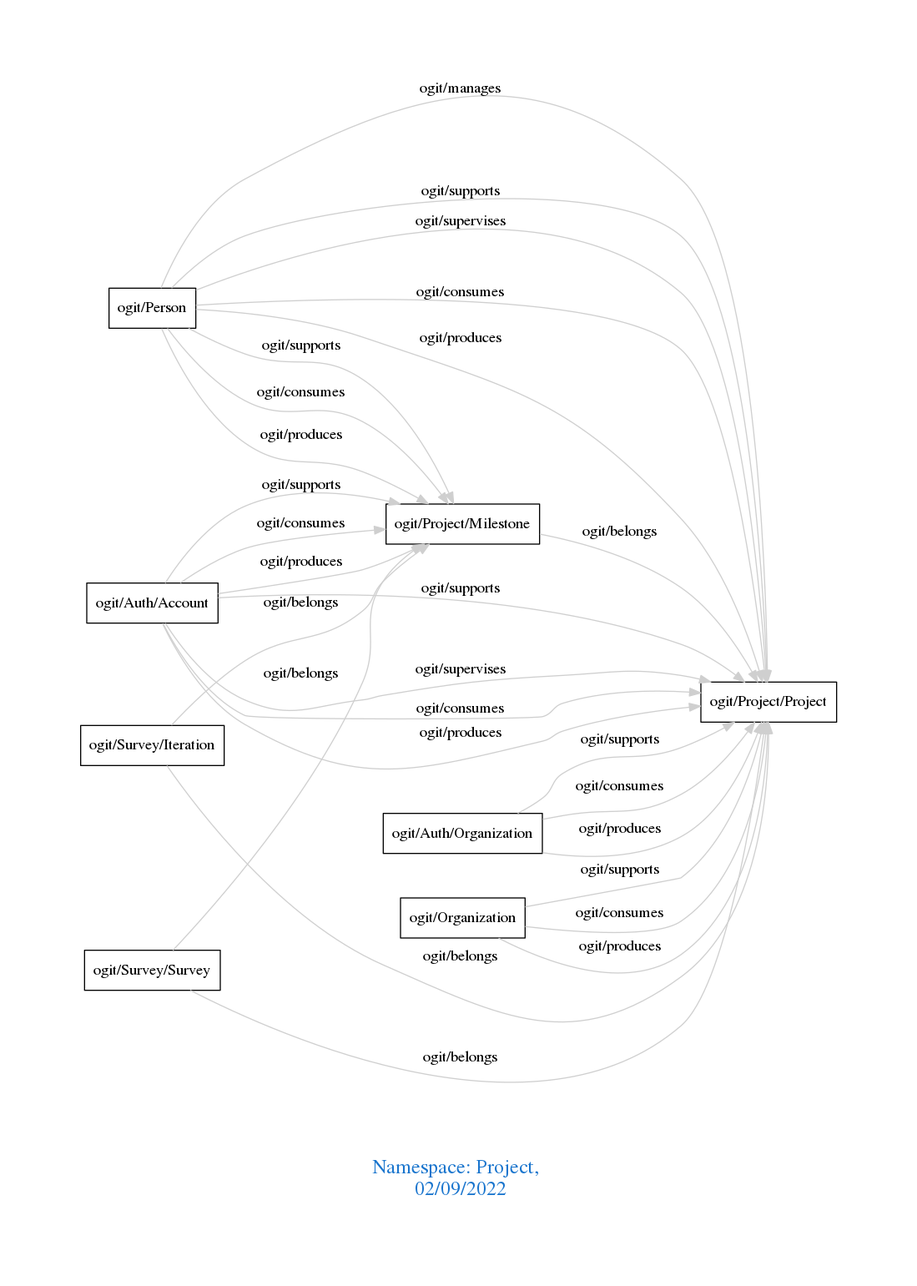
Above: downloads/Project.png in arago/OGIT (Graphviz), before the change. Its source is kept beside it as downloads/Project.dot.
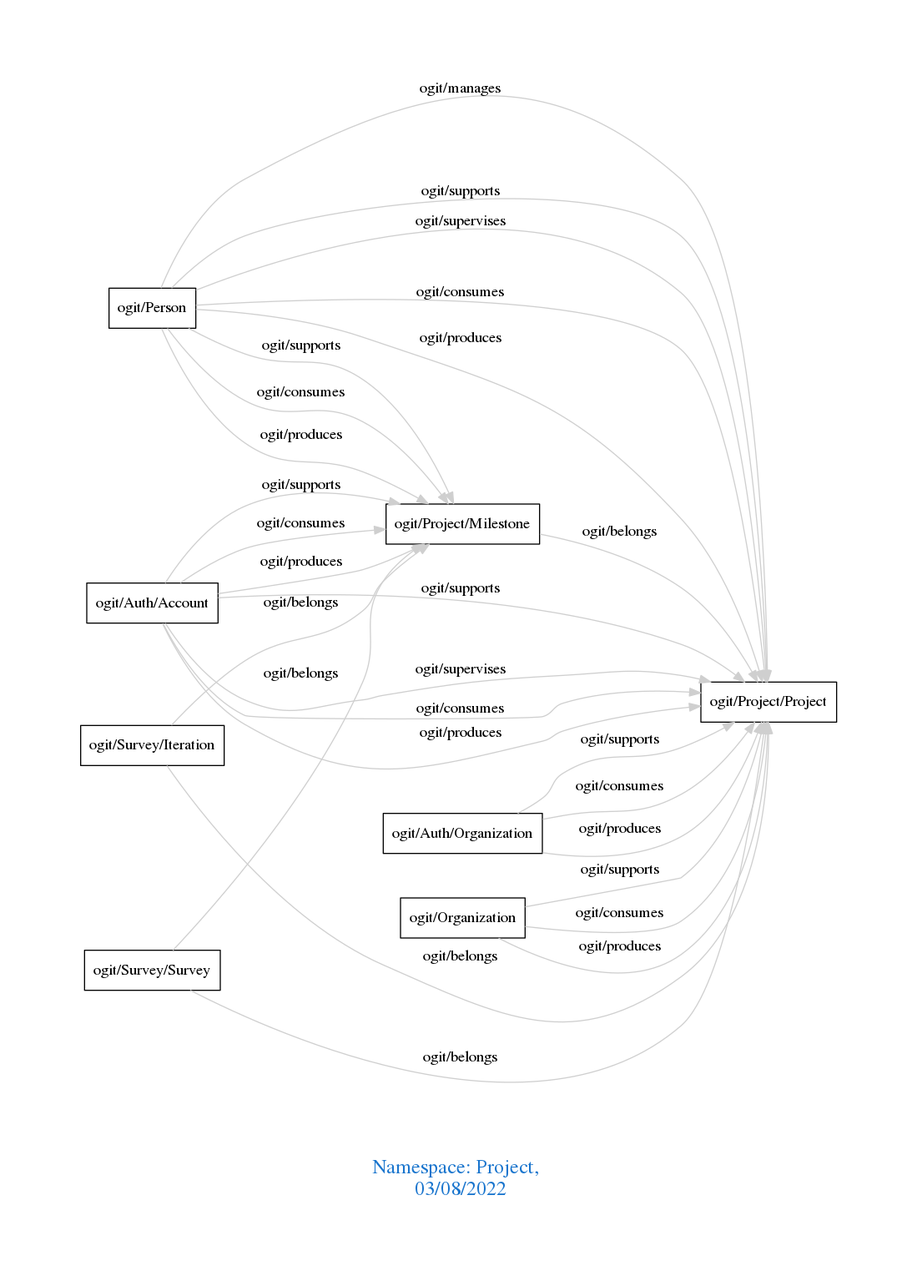
The same diagram one commit later.

What changed in the source:
```diff
@@ -1,7 +1,7 @@
 digraph OGIT_ontology {
  graph [ rankdir= LR,pad=1
 fontsize = 18,
-fontcolor= dodgerblue3,label = "\n\n\nNamespace: Project, \n 02/09/2022"];
+fontcolor= dodgerblue3,label = "\n\n\nNamespace: Project, \n 03/08/2022"];
 node[shape=polygon];
 edge [  color="gray81"];
 
```
